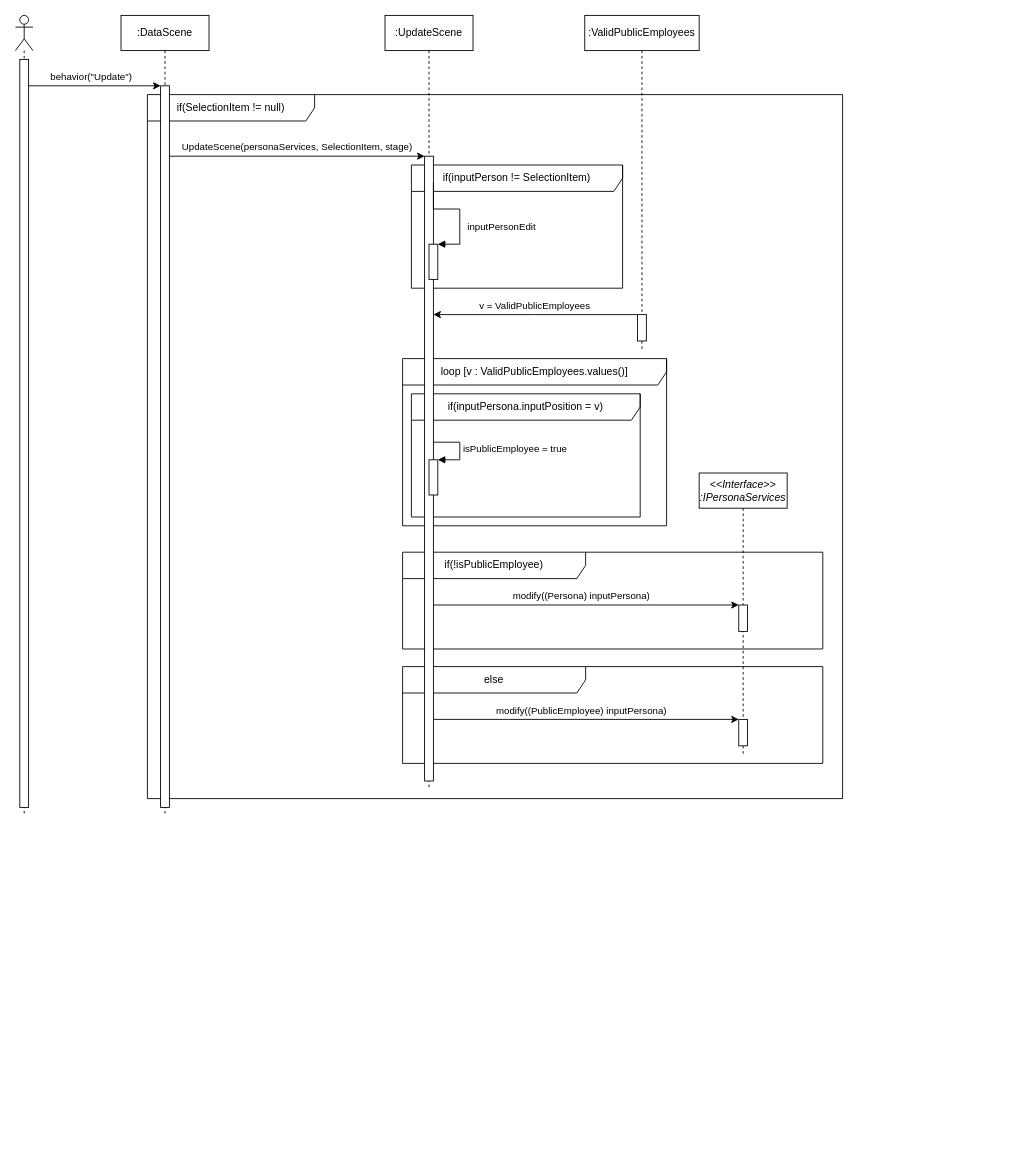
This is Diagrams/DiagramofSequence-Update.drawio from Cafeleyos/Entrega-parcial---David-Santos---Camilo-Mu-oz, a draw.io file, before an edit. Source tidied: cells renumbered, new cells numbered last; positions are measured from the earlier drawing's top-left corner, leaving out a move shared by most shapes. Both pictures are drawn from the tidied source at 88%, with x=0, y=0 at pixel (15, 15).
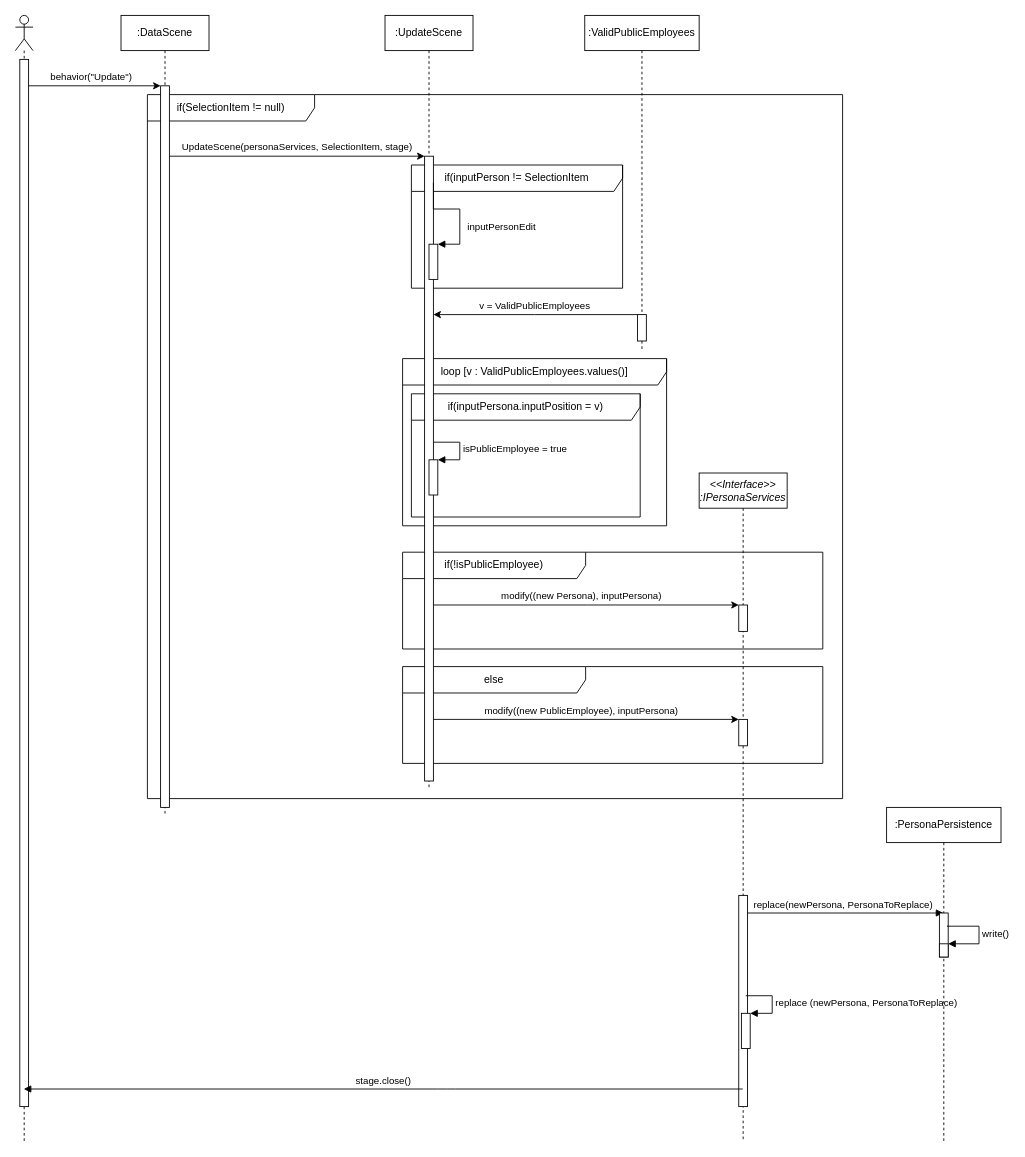
The same page after the edit.

The change refers to these unchanged cells:
```xml
<mxCell id="16" style="html=1;points=[];perimeter=orthogonalPerimeter;" parent="15" vertex="1">
  <mxGeometry x="45" y="160" width="10" height="710" as="geometry" />
</mxCell>
<mxCell id="24" style="html=1;points=[];perimeter=orthogonalPerimeter;" parent="23" vertex="1">
  <mxGeometry x="45" y="150" width="10" height="30" as="geometry" />
</mxCell>
<mxCell id="25" style="html=1;points=[];perimeter=orthogonalPerimeter;" parent="23" vertex="1">
  <mxGeometry x="45" y="280" width="10" height="30" as="geometry" />
</mxCell>
```

What changed in the source:
```diff
@@
-    <mxCell id="9" value="if(inputPerson != SelectionItem)" style="shape=umlFrame;whiteSpace=wrap;html=1;width=240;height=30;" parent="1" vertex="1">
+    <mxCell id="9" value="if(inputPerson != SelectionItem" style="shape=umlFrame;whiteSpace=wrap;html=1;width=240;height=30;" parent="1" vertex="1">
       <mxGeometry x="450" y="170" width="240" height="140" as="geometry" />
     </mxCell>
     <mxCell id="10" style="shape=umlLifeline;participant=umlActor;perimeter=lifelinePerimeter;whiteSpace=wrap;html=1;verticalAlign=top;spacingTop=36;outlineConnect=0;" parent="1" vertex="1">
-      <mxGeometry width="20" height="910" as="geometry" />
+      <mxGeometry width="20" height="1280" as="geometry" />
     </mxCell>
     <mxCell id="11" style="html=1;points=[];perimeter=orthogonalPerimeter;" parent="10" vertex="1">
-      <mxGeometry x="5" y="50" width="10" height="850" as="geometry" />
+      <mxGeometry x="5" y="50" width="10" height="1190" as="geometry" />
     </mxCell>
@@
     <mxCell id="23" value="&amp;lt;&amp;lt;Interface&amp;gt;&amp;gt;&lt;br&gt;:IPersonaServices" style="shape=umlLifeline;perimeter=lifelinePerimeter;whiteSpace=wrap;html=1;outlineConnect=0;fontStyle=2;" parent="1" vertex="1">
-      <mxGeometry x="777" y="520" width="100" height="320" as="geometry" />
+      <mxGeometry x="777" y="520" width="100" height="760" as="geometry" />
     </mxCell>
@@
+    <mxCell id="28" value="replace(newPersona, PersonaToReplace)&amp;nbsp;" style="html=1;verticalAlign=bottom;endArrow=block;" parent="23" edge="1" target="32">
+      <mxGeometry relative="1" as="geometry">
+        <mxPoint x="53" y="500" as="sourcePoint" />
+      </mxGeometry>
+    </mxCell>
+    <mxCell id="29" style="html=1;perimeter=orthogonalPerimeter;" parent="23" vertex="1">
+      <mxGeometry x="45" y="480" width="10" height="240" as="geometry" />
+    </mxCell>
+    <mxCell id="30" style="html=1;points=[];perimeter=orthogonalPerimeter;" parent="23" vertex="1">
+      <mxGeometry x="48" y="614" width="10" height="40" as="geometry" />
+    </mxCell>
+    <mxCell id="31" value="&lt;span style=&quot;text-align: center&quot;&gt;replace (&lt;/span&gt;&lt;span style=&quot;text-align: center&quot;&gt;newPersona, PersonaToReplace&lt;/span&gt;&lt;span style=&quot;text-align: center&quot;&gt;)&lt;/span&gt;" style="edgeStyle=orthogonalEdgeStyle;html=1;align=left;spacingLeft=2;endArrow=block;rounded=0;entryX=1;entryY=0;" parent="23" edge="1" target="30">
+      <mxGeometry relative="1" as="geometry">
+        <mxPoint x="53" y="594" as="sourcePoint" />
+        <Array as="points">
+          <mxPoint x="83" y="594" />
+        </Array>
+      </mxGeometry>
+    </mxCell>
-    <mxCell id="26" value="modify((Persona) inputPersona)" style="edgeStyle=orthogonalEdgeStyle;rounded=0;jettySize=auto;html=1;" parent="1" edge="1" source="16" target="24">
+    <mxCell id="26" value="modify((new Persona), inputPersona)" style="edgeStyle=orthogonalEdgeStyle;rounded=0;jettySize=auto;html=1;" parent="1" edge="1" source="16" target="24">
       <mxGeometry x="-0.03" y="10" relative="1" as="geometry">
         <Array as="points">
           <mxPoint x="650" y="670" />
           <mxPoint x="650" y="670" />
         </Array>
       </mxGeometry>
     </mxCell>
-    <mxCell id="27" value="modify((PublicEmployee) inputPersona)" style="edgeStyle=orthogonalEdgeStyle;rounded=0;jettySize=auto;html=1;" parent="1" edge="1" source="16" target="25">
+    <mxCell id="27" value="modify((new PublicEmployee), inputPersona)" style="edgeStyle=orthogonalEdgeStyle;rounded=0;jettySize=auto;html=1;" parent="1" edge="1" source="16" target="25">
       <mxGeometry x="-0.03" y="10" relative="1" as="geometry">
         <Array as="points">
           <mxPoint x="560" y="800" />
           <mxPoint x="560" y="800" />
         </Array>
       </mxGeometry>
     </mxCell>
+    <mxCell id="32" value=":PersonaPersistence" style="shape=umlLifeline;perimeter=lifelinePerimeter;whiteSpace=wrap;html=1;outlineConnect=0;" parent="1" vertex="1">
+      <mxGeometry x="990" y="900" width="130" height="380" as="geometry" />
+    </mxCell>
+    <mxCell id="33" style="html=1;perimeter=orthogonalPerimeter;" parent="32" vertex="1">
+      <mxGeometry x="60" y="120" width="10" height="50" as="geometry" />
+    </mxCell>
+    <mxCell id="34" style="html=1;points=[];perimeter=orthogonalPerimeter;" parent="32" vertex="1">
+      <mxGeometry x="60" y="155" width="10" height="15" as="geometry" />
+    </mxCell>
+    <mxCell id="35" value="write()" style="edgeStyle=orthogonalEdgeStyle;html=1;align=left;spacingLeft=2;endArrow=block;rounded=0;entryX=1;entryY=0;" parent="32" edge="1" target="34">
+      <mxGeometry relative="1" as="geometry">
+        <mxPoint x="70" y="135" as="sourcePoint" />
+        <Array as="points">
+          <mxPoint x="69" y="135" />
+          <mxPoint x="105" y="135" />
+          <mxPoint x="105" y="155" />
+        </Array>
+      </mxGeometry>
+    </mxCell>
+    <mxCell id="36" value="stage.close()" style="html=1;verticalAlign=bottom;endArrow=block;" parent="1" edge="1" source="23" target="10">
+      <mxGeometry relative="1" as="geometry">
+        <Array as="points">
+          <mxPoint x="490" y="1220" />
+        </Array>
+      </mxGeometry>
+    </mxCell>
```
